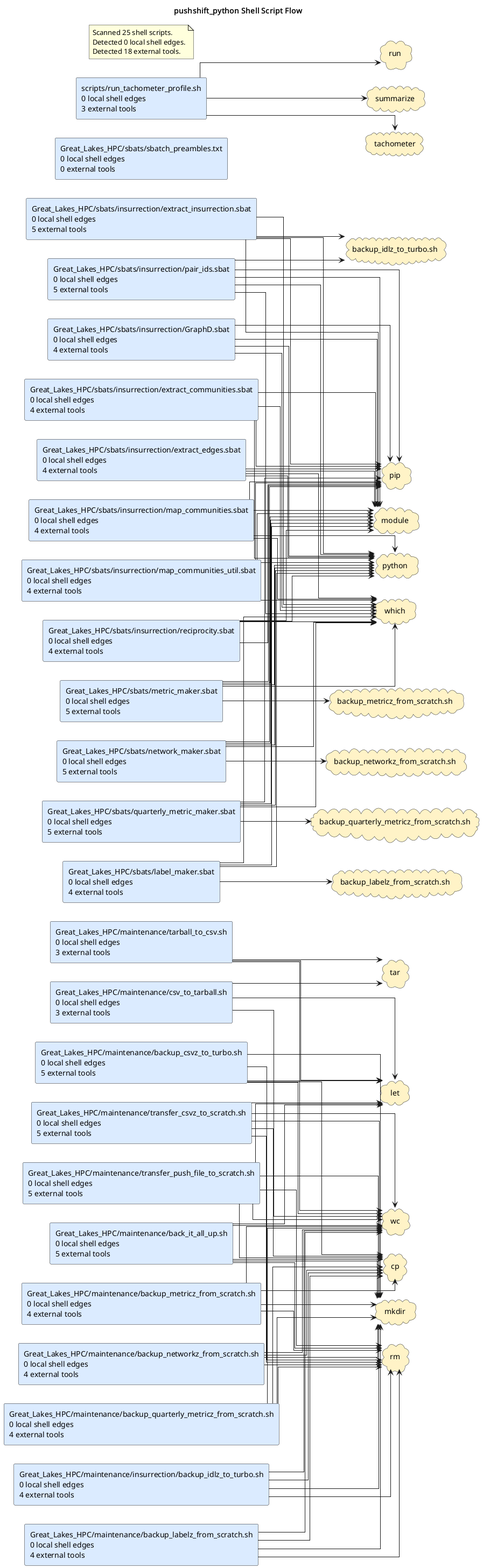
Before: docs/diagrams/shell-call-graph.puml.png, a diagram exported from PlantUML (casonk/pushshift_python).
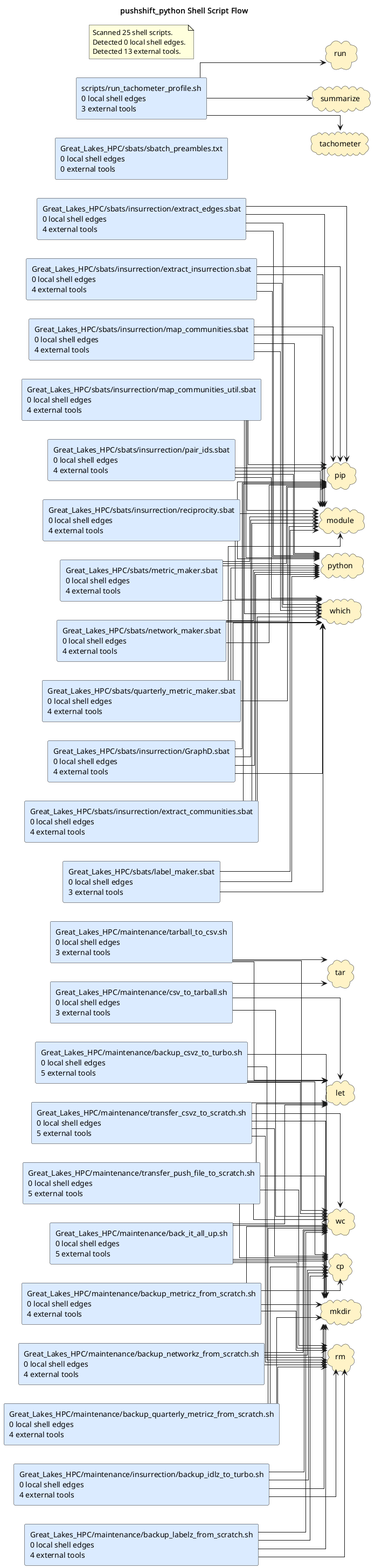
After the commit.

Commit message:
docs: publish local diagram, reference and lesson updates (#11)

Change to the diagram source:
```diff
@@ -19,22 +19,17 @@
 rectangle "Great_Lakes_HPC/sbats/insurrection/GraphD.sbat\n0 local shell edges\n4 external tools" as shell_great_lakes_hpc_sbats_insurrection_graphd_sbat #DBEAFE
 rectangle "Great_Lakes_HPC/sbats/insurrection/extract_communities.sbat\n0 local shell edges\n4 external tools" as shell_great_lakes_hpc_sbats_insurrection_extract_communities_sbat #DBEAFE
 rectangle "Great_Lakes_HPC/sbats/insurrection/extract_edges.sbat\n0 local shell edges\n4 external tools" as shell_great_lakes_hpc_sbats_insurrection_extract_edges_sbat #DBEAFE
-rectangle "Great_Lakes_HPC/sbats/insurrection/extract_insurrection.sbat\n0 local shell edges\n5 external tools" as shell_great_lakes_hpc_sbats_insurrection_extract_insurrection_sbat #DBEAFE
+rectangle "Great_Lakes_HPC/sbats/insurrection/extract_insurrection.sbat\n0 local shell edges\n4 external tools" as shell_great_lakes_hpc_sbats_insurrection_extract_insurrection_sbat #DBEAFE
 rectangle "Great_Lakes_HPC/sbats/insurrection/map_communities.sbat\n0 local shell edges\n4 external tools" as shell_great_lakes_hpc_sbats_insurrection_map_communities_sbat #DBEAFE
 rectangle "Great_Lakes_HPC/sbats/insurrection/map_communities_util.sbat\n0 local shell edges\n4 external tools" as shell_great_lakes_hpc_sbats_insurrection_map_communities_util_sbat #DBEAFE
-rectangle "Great_Lakes_HPC/sbats/insurrection/pair_ids.sbat\n0 local shell edges\n5 external tools" as shell_great_lakes_hpc_sbats_insurrection_pair_ids_sbat #DBEAFE
+rectangle "Great_Lakes_HPC/sbats/insurrection/pair_ids.sbat\n0 local shell edges\n4 external tools" as shell_great_lakes_hpc_sbats_insurrection_pair_ids_sbat #DBEAFE
 rectangle "Great_Lakes_HPC/sbats/insurrection/reciprocity.sbat\n0 local shell edges\n4 external tools" as shell_great_lakes_hpc_sbats_insurrection_reciprocity_sbat #DBEAFE
-rectangle "Great_Lakes_HPC/sbats/label_maker.sbat\n0 local shell edges\n4 external tools" as shell_great_lakes_hpc_sbats_label_maker_sbat #DBEAFE
-rectangle "Great_Lakes_HPC/sbats/metric_maker.sbat\n0 local shell edges\n5 external tools" as shell_great_lakes_hpc_sbats_metric_maker_sbat #DBEAFE
-rectangle "Great_Lakes_HPC/sbats/network_maker.sbat\n0 local shell edges\n5 external tools" as shell_great_lakes_hpc_sbats_network_maker_sbat #DBEAFE
-rectangle "Great_Lakes_HPC/sbats/quarterly_metric_maker.sbat\n0 local shell edges\n5 external tools" as shell_great_lakes_hpc_sbats_quarterly_metric_maker_sbat #DBEAFE
+rectangle "Great_Lakes_HPC/sbats/label_maker.sbat\n0 local shell edges\n3 external tools" as shell_great_lakes_hpc_sbats_label_maker_sbat #DBEAFE
+rectangle "Great_Lakes_HPC/sbats/metric_maker.sbat\n0 local shell edges\n4 external tools" as shell_great_lakes_hpc_sbats_metric_maker_sbat #DBEAFE
+rectangle "Great_Lakes_HPC/sbats/network_maker.sbat\n0 local shell edges\n4 external tools" as shell_great_lakes_hpc_sbats_network_maker_sbat #DBEAFE
+rectangle "Great_Lakes_HPC/sbats/quarterly_metric_maker.sbat\n0 local shell edges\n4 external tools" as shell_great_lakes_hpc_sbats_quarterly_metric_maker_sbat #DBEAFE
 rectangle "Great_Lakes_HPC/sbats/sbatch_preambles.txt\n0 local shell edges\n0 external tools" as shell_great_lakes_hpc_sbats_sbatch_preambles_txt #DBEAFE
 rectangle "scripts/run_tachometer_profile.sh\n0 local shell edges\n3 external tools" as shell_scripts_run_tachometer_profile_sh #DBEAFE
-cloud "backup_idlz_to_turbo.sh" as tool_backup_idlz_to_turbo_sh #FEF3C7
-cloud "backup_labelz_from_scratch.sh" as tool_backup_labelz_from_scratch_sh #FEF3C7
-cloud "backup_metricz_from_scratch.sh" as tool_backup_metricz_from_scratch_sh #FEF3C7
-cloud "backup_networkz_from_scratch.sh" as tool_backup_networkz_from_scratch_sh #FEF3C7
-cloud "backup_quarterly_metricz_from_scratch.sh" as tool_backup_quarterly_metricz_from_scratch_sh #FEF3C7
 cloud "cp" as tool_cp #FEF3C7
 cloud "let" as tool_let #FEF3C7
 cloud "mkdir" as tool_mkdir #FEF3C7
@@ -102,7 +97,6 @@
 shell_great_lakes_hpc_sbats_insurrection_extract_edges_sbat --> tool_pip
 shell_great_lakes_hpc_sbats_insurrection_extract_edges_sbat --> tool_python
 shell_great_lakes_hpc_sbats_insurrection_extract_edges_sbat --> tool_which
-shell_great_lakes_hpc_sbats_insurrection_extract_insurrection_sbat --> tool_backup_idlz_to_turbo_sh
 shell_great_lakes_hpc_sbats_insurrection_extract_insurrection_sbat --> tool_module
 shell_great_lakes_hpc_sbats_insurrection_extract_insurrection_sbat --> tool_pip
 shell_great_lakes_hpc_sbats_insurrection_extract_insurrection_sbat --> tool_python
@@ -119,7 +113,6 @@
 shell_great_lakes_hpc_sbats_insurrection_map_communities_util_sbat --> tool_pip
 shell_great_lakes_hpc_sbats_insurrection_map_communities_util_sbat --> tool_python
 shell_great_lakes_hpc_sbats_insurrection_map_communities_util_sbat --> tool_which
-shell_great_lakes_hpc_sbats_insurrection_pair_ids_sbat --> tool_backup_idlz_to_turbo_sh
 shell_great_lakes_hpc_sbats_insurrection_pair_ids_sbat --> tool_module
 shell_great_lakes_hpc_sbats_insurrection_pair_ids_sbat --> tool_pip
 shell_great_lakes_hpc_sbats_insurrection_pair_ids_sbat --> tool_python
@@ -128,21 +121,17 @@
 shell_great_lakes_hpc_sbats_insurrection_reciprocity_sbat --> tool_pip
 shell_great_lakes_hpc_sbats_insurrection_reciprocity_sbat --> tool_python
 shell_great_lakes_hpc_sbats_insurrection_reciprocity_sbat --> tool_which
-shell_great_lakes_hpc_sbats_label_maker_sbat --> tool_backup_labelz_from_scratch_sh
 shell_great_lakes_hpc_sbats_label_maker_sbat --> tool_module
 shell_great_lakes_hpc_sbats_label_maker_sbat --> tool_python
 shell_great_lakes_hpc_sbats_label_maker_sbat --> tool_which
-shell_great_lakes_hpc_sbats_metric_maker_sbat --> tool_backup_metricz_from_scratch_sh
 shell_great_lakes_hpc_sbats_metric_maker_sbat --> tool_module
 shell_great_lakes_hpc_sbats_metric_maker_sbat --> tool_pip
 shell_great_lakes_hpc_sbats_metric_maker_sbat --> tool_python
 shell_great_lakes_hpc_sbats_metric_maker_sbat --> tool_which
-shell_great_lakes_hpc_sbats_network_maker_sbat --> tool_backup_networkz_from_scratch_sh
 shell_great_lakes_hpc_sbats_network_maker_sbat --> tool_module
 shell_great_lakes_hpc_sbats_network_maker_sbat --> tool_pip
 shell_great_lakes_hpc_sbats_network_maker_sbat --> tool_python
 shell_great_lakes_hpc_sbats_network_maker_sbat --> tool_which
-shell_great_lakes_hpc_sbats_quarterly_metric_maker_sbat --> tool_backup_quarterly_metricz_from_scratch_sh
 shell_great_lakes_hpc_sbats_quarterly_metric_maker_sbat --> tool_module
 shell_great_lakes_hpc_sbats_quarterly_metric_maker_sbat --> tool_pip
 shell_great_lakes_hpc_sbats_quarterly_metric_maker_sbat --> tool_python
@@ -153,6 +142,6 @@
 note as shellGraphSummary
 Scanned 25 shell scripts.
 Detected 0 local shell edges.
-Detected 18 external tools.
+Detected 13 external tools.
 end note
 @enduml
```
